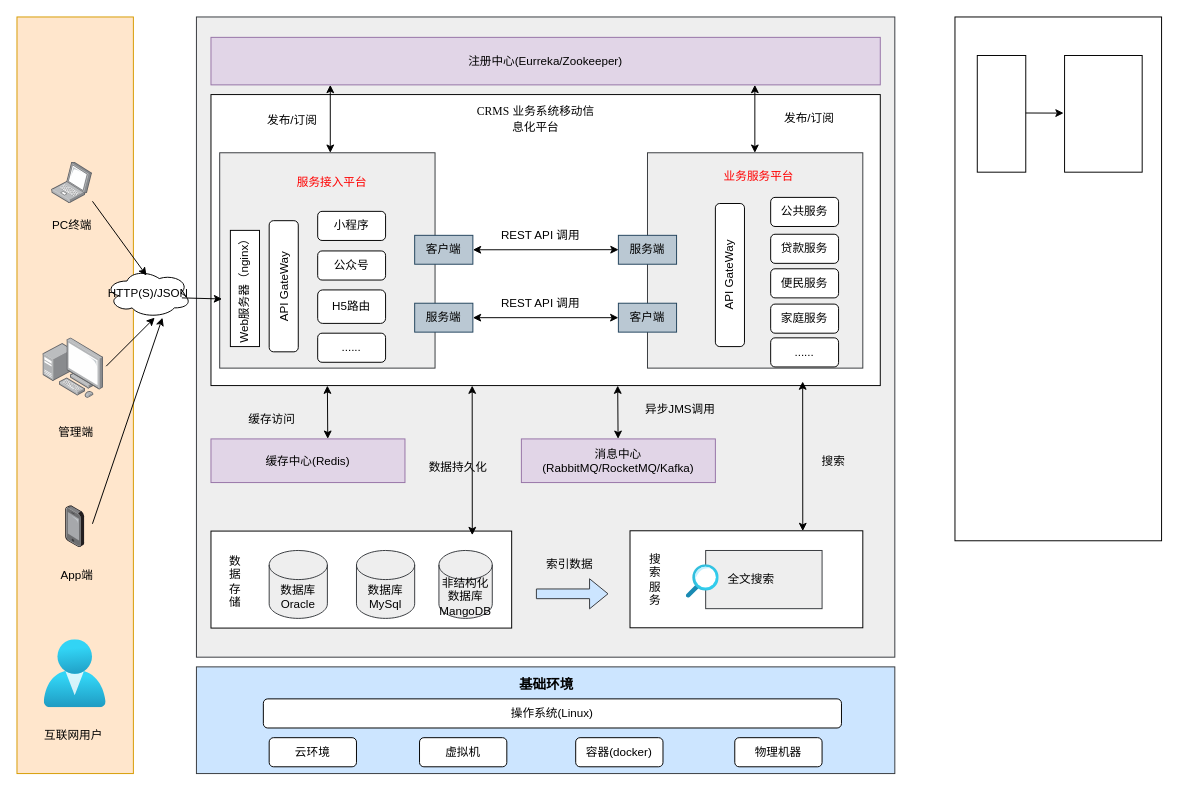
Before: page "Page-5" (5 of 5) of Untitled Diagram.drawio in xianyuenan/Testgit, a draw.io diagram. Source tidied: cells renumbered, new cells numbered last; positions are measured from the earlier drawing's top-left corner, leaving out a move shared by most shapes. Both pictures are drawn from the tidied source at 97%, with x=0, y=0 at pixel (16, 16).
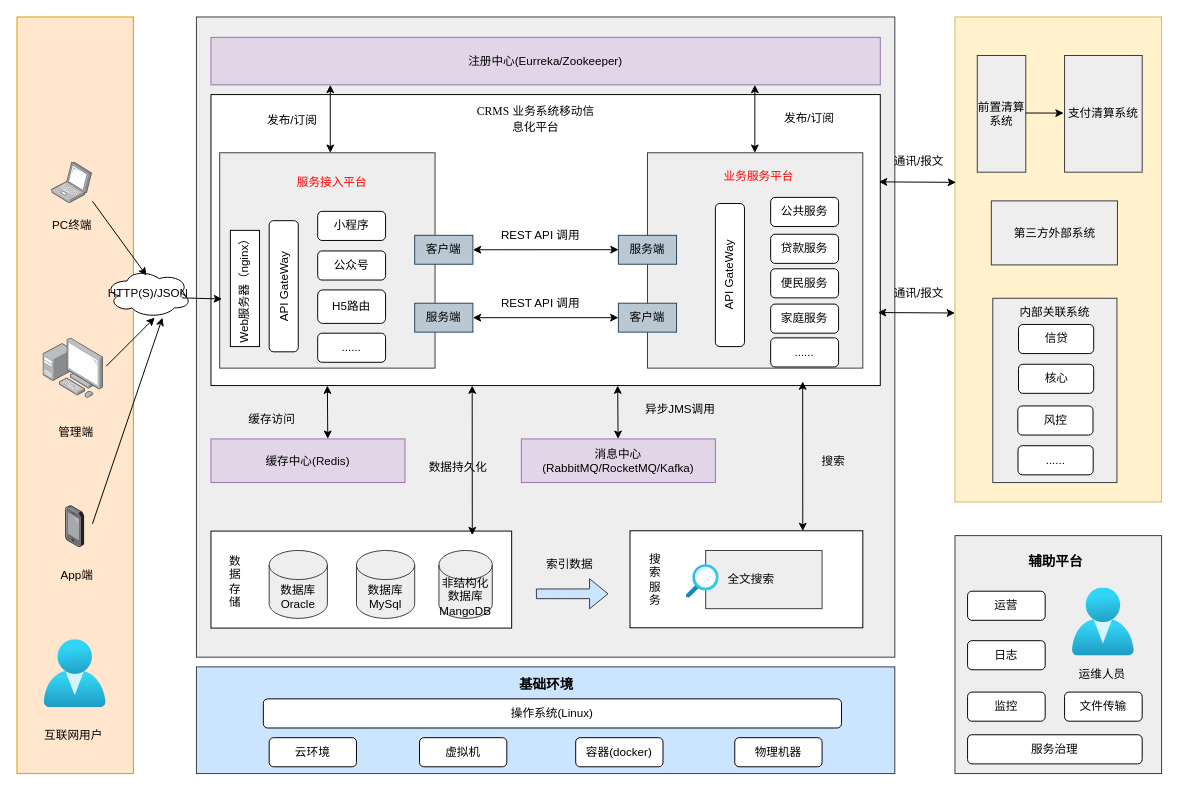
The same diagram, later.

The change refers to these unchanged cells:
```xml
<mxCell id="12" style="rounded=0;whiteSpace=wrap;html=1;" parent="1" vertex="1">
  <mxGeometry x="200" y="80" width="690" height="300" as="geometry" />
</mxCell>
```

The edit, as a diff of the source:
```diff
@@
-    <mxCell id="76" style="rounded=0;whiteSpace=wrap;html=1;fontSize=12;fontColor=#000000;" parent="1" vertex="1">
-      <mxGeometry x="967" width="213" height="540" as="geometry" />
+    <mxCell id="76" style="rounded=0;whiteSpace=wrap;html=1;fontSize=12;fillColor=#fff2cc;strokeColor=#d6b656;" parent="1" vertex="1">
+      <mxGeometry x="967" width="213" height="500" as="geometry" />
     </mxCell>
-    <mxCell id="77" style="rounded=0;whiteSpace=wrap;html=1;fontSize=12;fontColor=#000000;" parent="1" vertex="1">
+    <mxCell id="77" value="前置清算系统" style="rounded=0;whiteSpace=wrap;html=1;fontSize=12;fillColor=#eeeeee;strokeColor=#36393d;" parent="1" vertex="1">
       <mxGeometry x="990" y="39.7" width="50" height="120.3" as="geometry" />
     </mxCell>
-    <mxCell id="78" style="rounded=0;whiteSpace=wrap;html=1;fontSize=12;fontColor=#000000;" parent="1" vertex="1">
+    <mxCell id="78" value="支付清算系统" style="rounded=0;whiteSpace=wrap;html=1;fontSize=12;fillColor=#eeeeee;strokeColor=#36393d;" parent="1" vertex="1">
       <mxGeometry x="1080" y="39.7" width="80" height="120.3" as="geometry" />
     </mxCell>
@@
+    <mxCell id="81" value="第三方外部系统" style="rounded=0;whiteSpace=wrap;html=1;fontSize=12;fillColor=#eeeeee;strokeColor=#36393d;" parent="1" vertex="1">
+      <mxGeometry x="1004.5" y="189.6" width="130" height="66" as="geometry" />
+    </mxCell>
+    <mxCell id="82" style="rounded=0;whiteSpace=wrap;html=1;fontSize=12;fillColor=#eeeeee;strokeColor=#36393d;" parent="1" vertex="1">
+      <mxGeometry x="1006" y="290" width="128" height="190" as="geometry" />
+    </mxCell>
+    <mxCell id="83" value="内部关联系统" style="text;html=1;strokeColor=none;fillColor=none;align=center;verticalAlign=middle;whiteSpace=wrap;rounded=0;fontSize=12;fontColor=#000000;" parent="1" vertex="1">
+      <mxGeometry x="1030" y="290" width="80" height="30" as="geometry" />
+    </mxCell>
+    <mxCell id="84" value="信贷" style="rounded=1;whiteSpace=wrap;html=1;fontSize=12;fontColor=#000000;" parent="1" vertex="1">
+      <mxGeometry x="1032.5" y="317" width="77.5" height="30" as="geometry" />
+    </mxCell>
+    <mxCell id="85" value="核心" style="rounded=1;whiteSpace=wrap;html=1;fontSize=12;fontColor=#000000;" parent="1" vertex="1">
+      <mxGeometry x="1032.5" y="358" width="77.5" height="30" as="geometry" />
+    </mxCell>
+    <mxCell id="86" value="......" style="rounded=1;whiteSpace=wrap;html=1;fontSize=12;fontColor=#000000;" parent="1" vertex="1">
+      <mxGeometry x="1032" y="442" width="77.5" height="30" as="geometry" />
+    </mxCell>
+    <mxCell id="87" value="风控" style="rounded=1;whiteSpace=wrap;html=1;fontSize=12;fontColor=#000000;" parent="1" vertex="1">
+      <mxGeometry x="1031.8" y="401" width="77.5" height="30" as="geometry" />
+    </mxCell>
+    <mxCell id="88" style="endArrow=classic;startArrow=classic;html=1;rounded=0;fontSize=12;fontColor=#000000;exitX=0.998;exitY=0.3;exitDx=0;exitDy=0;exitPerimeter=0;entryX=0.005;entryY=0.341;entryDx=0;entryDy=0;entryPerimeter=0;" parent="1" edge="1" source="12" target="76">
+      <mxGeometry relative="1" as="geometry" />
+    </mxCell>
+    <mxCell id="89" style="endArrow=classic;startArrow=classic;html=1;rounded=0;fontSize=12;fontColor=#000000;exitX=0.998;exitY=0.3;exitDx=0;exitDy=0;exitPerimeter=0;entryX=0.005;entryY=0.341;entryDx=0;entryDy=0;entryPerimeter=0;" parent="1" edge="1">
+      <mxGeometry relative="1" as="geometry">
+        <mxPoint x="887.6" y="304.7" as="sourcePoint" />
+        <mxPoint x="967" y="305.2" as="targetPoint" />
+      </mxGeometry>
+    </mxCell>
+    <mxCell id="90" value="通讯/报文" style="text;html=1;strokeColor=none;fillColor=none;align=center;verticalAlign=middle;whiteSpace=wrap;rounded=0;fontSize=12;fontColor=#000000;" parent="1" vertex="1">
+      <mxGeometry x="900" y="134" width="60" height="30" as="geometry" />
+    </mxCell>
+    <mxCell id="91" value="通讯/报文" style="text;html=1;strokeColor=none;fillColor=none;align=center;verticalAlign=middle;whiteSpace=wrap;rounded=0;fontSize=12;fontColor=#000000;" parent="1" vertex="1">
+      <mxGeometry x="900" y="269.8" width="60" height="30" as="geometry" />
+    </mxCell>
+    <mxCell id="92" style="rounded=0;whiteSpace=wrap;html=1;fontSize=12;fillColor=#eeeeee;strokeColor=#36393d;" parent="1" vertex="1">
+      <mxGeometry x="967" y="534.7" width="213" height="245.3" as="geometry" />
+    </mxCell>
+    <mxCell id="93" style="html=1;align=center;image;fontSize=12;image=img/lib/azure2/identity/Users.svg;" parent="1" vertex="1">
+      <mxGeometry x="1088" y="588.7" width="64" height="70" as="geometry" />
+    </mxCell>
+    <mxCell id="94" value="运营" style="rounded=1;whiteSpace=wrap;html=1;fontSize=12;fontColor=#000000;" parent="1" vertex="1">
+      <mxGeometry x="980" y="592" width="80" height="30" as="geometry" />
+    </mxCell>
+    <mxCell id="95" value="日志" style="rounded=1;whiteSpace=wrap;html=1;fontSize=12;fontColor=#000000;" parent="1" vertex="1">
+      <mxGeometry x="980" y="643" width="80" height="30" as="geometry" />
+    </mxCell>
+    <mxCell id="96" value="监控" style="rounded=1;whiteSpace=wrap;html=1;fontSize=12;fontColor=#000000;" parent="1" vertex="1">
+      <mxGeometry x="980" y="696" width="80" height="30" as="geometry" />
+    </mxCell>
+    <mxCell id="97" value="文件传输" style="rounded=1;whiteSpace=wrap;html=1;fontSize=12;fontColor=#000000;" parent="1" vertex="1">
+      <mxGeometry x="1080" y="696" width="80" height="30" as="geometry" />
+    </mxCell>
+    <mxCell id="98" value="服务治理" style="rounded=1;whiteSpace=wrap;html=1;fontSize=12;fontColor=#000000;" parent="1" vertex="1">
+      <mxGeometry x="980" y="740" width="180" height="30" as="geometry" />
+    </mxCell>
+    <mxCell id="99" value="辅助平台" style="text;html=1;strokeColor=none;fillColor=none;align=center;verticalAlign=middle;whiteSpace=wrap;rounded=0;fontSize=14;fontColor=#000000;fontStyle=1;" parent="1" vertex="1">
+      <mxGeometry x="1041" y="547" width="60" height="30" as="geometry" />
+    </mxCell>
+    <mxCell id="100" value="运维人员" style="text;html=1;strokeColor=none;fillColor=none;align=center;verticalAlign=middle;whiteSpace=wrap;rounded=0;fontSize=12;fontColor=#000000;" parent="1" vertex="1">
+      <mxGeometry x="1074" y="667" width="90" height="22" as="geometry" />
+    </mxCell>
```
